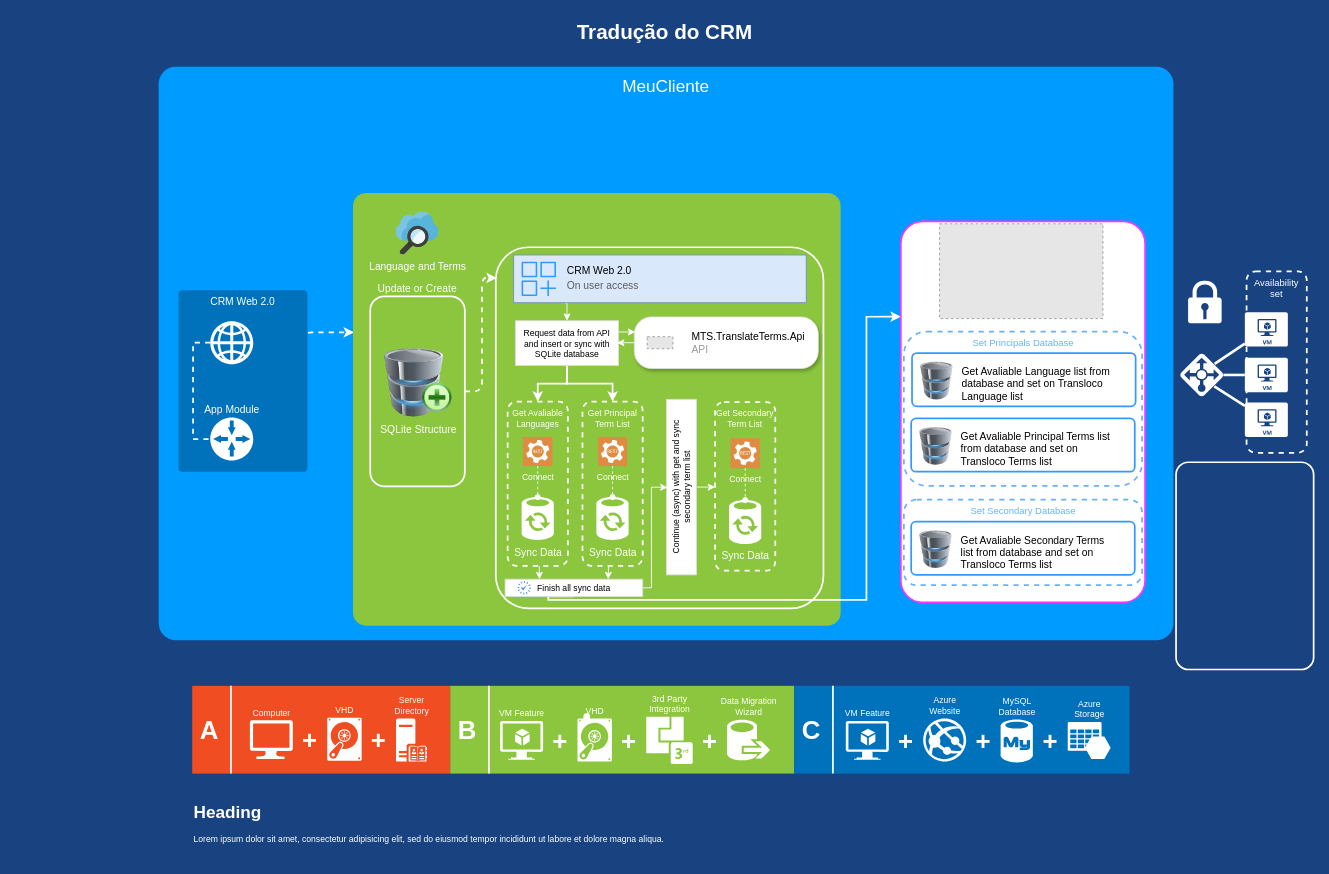
Above: Diagrama sem nome.drawio in vseeberger/Diagrams (draw.io), before the change. Source tidied: cells renumbered, new cells numbered last; positions are measured from the earlier drawing's top-left corner, leaving out a move shared by most shapes. Both pictures are drawn from the tidied source at 86%, with x=0, y=0 at pixel (15, 15). Pictures stored in the file or linked from it are replaced by grey dashed boxes.
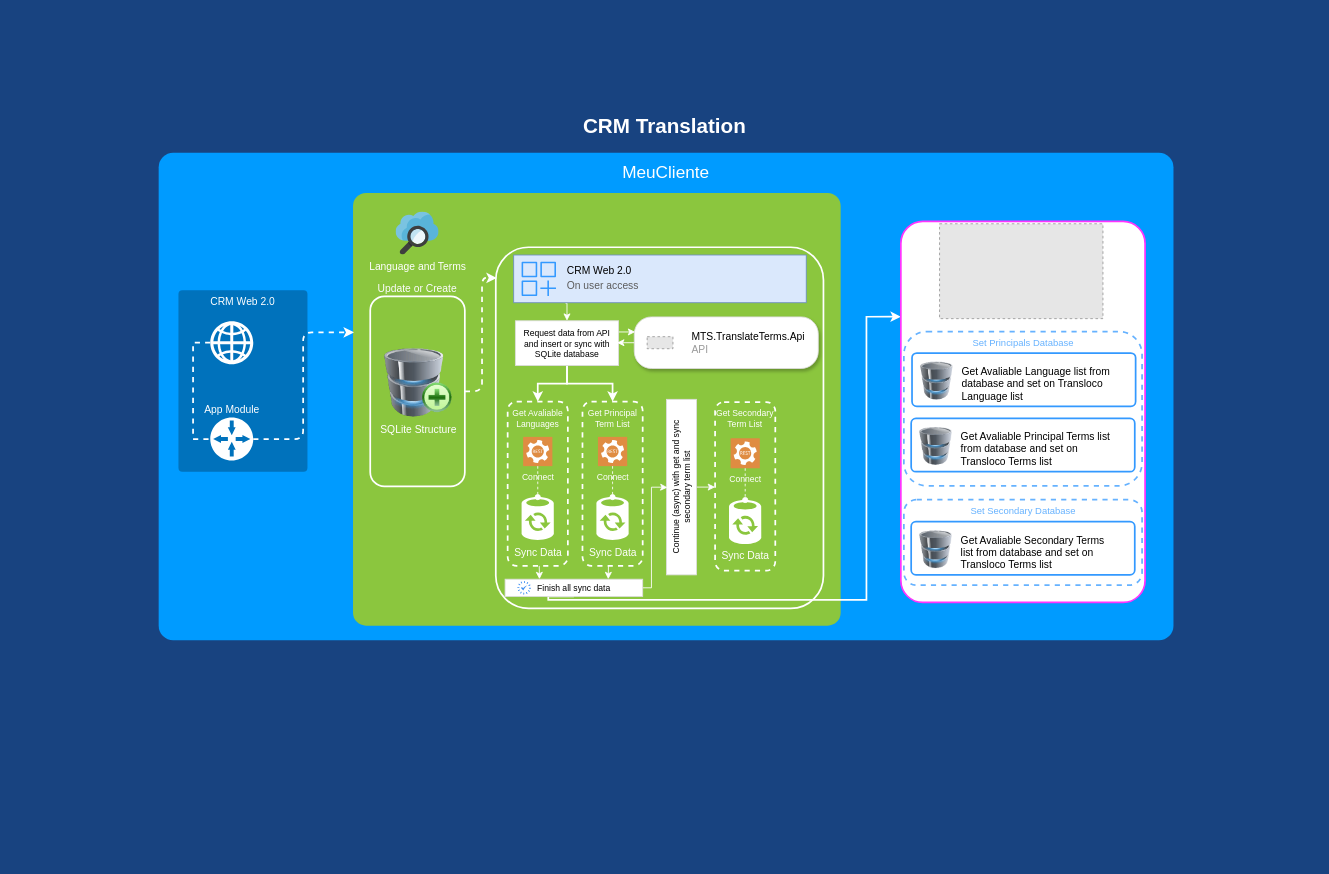
The same page after the edit.

The change refers to these unchanged cells:
```xml
<mxCell id="45" style="rounded=1;whiteSpace=wrap;html=1;shadow=0;strokeWidth=2;fillColor=#8BC63E;fontSize=12;fontColor=#000000;align=center;strokeColor=none;arcSize=3;" parent="1" vertex="1">
  <mxGeometry x="393" y="207" width="567" height="503" as="geometry" />
</mxCell>
<mxCell id="84" value="App Module" style="shadow=0;dashed=0;html=1;strokeColor=none;shape=mxgraph.mscae.enterprise.gateway;fillColor=#FFFFFF;rounded=0;fontSize=12;fontColor=#FFFFFF;align=center;labelPosition=center;verticalLabelPosition=top;verticalAlign=bottom;" parent="1" vertex="1">
  <mxGeometry x="227" y="468" width="50" height="50" as="geometry" />
</mxCell>
```

Change to the diagram source:
```diff
@@
     <mxCell id="2" value="MeuCliente" style="whiteSpace=wrap;html=1;rounded=1;shadow=0;strokeColor=none;strokeWidth=2;fillColor=#009BFF;fontSize=20;fontColor=#FFFFFF;align=center;arcSize=3;verticalAlign=top;spacingTop=4;" parent="1" vertex="1">
-      <mxGeometry x="167" y="60" width="1180" height="667" as="geometry" />
+      <mxGeometry x="167" y="160" width="1180" height="567" as="geometry" />
     </mxCell>
-    <mxCell id="3" style="rounded=0;whiteSpace=wrap;html=1;shadow=0;strokeWidth=2;fillColor=#F04D22;fontSize=12;fontColor=#FFFFFF;align=center;strokeColor=none;arcSize=6;verticalAlign=top;" parent="1" vertex="1">
-      <mxGeometry x="206" y="780" width="300" height="102" as="geometry" />
-    </mxCell>
-    <mxCell id="4" style="rounded=0;whiteSpace=wrap;html=1;shadow=0;strokeWidth=2;fillColor=#8BC63E;fontSize=12;fontColor=#FFFFFF;align=center;strokeColor=none;arcSize=6;verticalAlign=top;" parent="1" vertex="1">
-      <mxGeometry x="506" y="780" width="400" height="102" as="geometry" />
-    </mxCell>
-    <mxCell id="5" style="rounded=0;whiteSpace=wrap;html=1;shadow=0;strokeWidth=2;fillColor=#0072BC;fontSize=12;fontColor=#FFFFFF;align=center;strokeColor=none;arcSize=3;verticalAlign=top;" parent="1" vertex="1">
-      <mxGeometry x="906" y="780" width="390" height="102" as="geometry" />
-    </mxCell>
-    <mxCell id="6" value="A" style="text;html=1;strokeColor=none;fillColor=none;align=center;verticalAlign=middle;whiteSpace=wrap;rounded=1;shadow=0;fontSize=30;fontColor=#FFFFFF;fontStyle=1;" parent="1" vertex="1">
-      <mxGeometry x="206" y="813" width="40" height="35" as="geometry" />
-    </mxCell>
-    <mxCell id="7" value="B" style="text;html=1;strokeColor=none;fillColor=none;align=center;verticalAlign=middle;whiteSpace=wrap;rounded=1;shadow=0;fontSize=30;fontColor=#FFFFFF;fontStyle=1;" parent="1" vertex="1">
-      <mxGeometry x="506" y="813" width="40" height="35" as="geometry" />
-    </mxCell>
-    <mxCell id="8" value="C" style="text;html=1;strokeColor=none;fillColor=none;align=center;verticalAlign=middle;whiteSpace=wrap;rounded=1;shadow=0;fontSize=30;fontColor=#FFFFFF;fontStyle=1;" parent="1" vertex="1">
-      <mxGeometry x="906" y="813" width="40" height="35" as="geometry" />
-    </mxCell>
-    <mxCell id="9" value="Computer" style="verticalLabelPosition=top;html=1;verticalAlign=bottom;strokeColor=none;fillColor=#FFFFFF;shape=mxgraph.azure.computer;rounded=0;shadow=0;fontSize=10;fontColor=#FFFFFF;align=center;labelPosition=center;" parent="1" vertex="1">
-      <mxGeometry x="273" y="820" width="50" height="45" as="geometry" />
-    </mxCell>
-    <mxCell id="10" value="VHD" style="shadow=0;html=1;strokeColor=none;fillColor=#FFFFFF;labelPosition=center;verticalLabelPosition=top;verticalAlign=bottom;shape=mxgraph.azure.vhd;rounded=0;fontSize=10;fontColor=#FFFFFF;align=center;" parent="1" vertex="1">
-      <mxGeometry x="363" y="817" width="40" height="50" as="geometry" />
-    </mxCell>
-    <mxCell id="11" value="+" style="text;html=1;strokeColor=none;fillColor=none;align=center;verticalAlign=middle;whiteSpace=wrap;rounded=1;shadow=0;fontSize=30;fontColor=#FFFFFF;fontStyle=1;" parent="1" vertex="1">
-      <mxGeometry x="323" y="825" width="40" height="35" as="geometry" />
-    </mxCell>
-    <mxCell id="12" value="+" style="text;html=1;strokeColor=none;fillColor=none;align=center;verticalAlign=middle;whiteSpace=wrap;rounded=1;shadow=0;fontSize=30;fontColor=#FFFFFF;fontStyle=1;" parent="1" vertex="1">
-      <mxGeometry x="403" y="825" width="40" height="35" as="geometry" />
-    </mxCell>
-    <mxCell id="13" value="Server&lt;div&gt;Directory&lt;/div&gt;" style="shadow=0;html=1;strokeColor=none;shape=mxgraph.mscae.enterprise.server_directory;fillColor=#FFFFFF;rounded=0;fontSize=10;fontColor=#FFFFFF;align=center;verticalAlign=bottom;labelPosition=center;verticalLabelPosition=top;" parent="1" vertex="1">
-      <mxGeometry x="443" y="818" width="36" height="50" as="geometry" />
-    </mxCell>
-    <mxCell id="14" value="VM Feature" style="shadow=0;html=1;strokeColor=none;fillColor=#FFFFFF;labelPosition=center;verticalLabelPosition=top;verticalAlign=bottom;shape=mxgraph.azure.virtual_machine_feature;rounded=0;fontSize=10;fontColor=#FFFFFF;align=center;" parent="1" vertex="1">
-      <mxGeometry x="564" y="821" width="50" height="45" as="geometry" />
-    </mxCell>
-    <mxCell id="15" value="+" style="text;html=1;strokeColor=none;fillColor=none;align=center;verticalAlign=middle;whiteSpace=wrap;rounded=1;shadow=0;fontSize=30;fontColor=#FFFFFF;fontStyle=1;" parent="1" vertex="1">
-      <mxGeometry x="614" y="826" width="40" height="35" as="geometry" />
-    </mxCell>
-    <mxCell id="16" value="VHD" style="shadow=0;html=1;strokeColor=none;fillColor=#FFFFFF;labelPosition=center;verticalLabelPosition=top;verticalAlign=bottom;shape=mxgraph.azure.vhd;rounded=0;fontSize=10;fontColor=#FFFFFF;align=center;" parent="1" vertex="1">
-      <mxGeometry x="654" y="818" width="40" height="50" as="geometry" />
-    </mxCell>
-    <mxCell id="17" value="3rd Party&lt;div&gt;Integration&lt;/div&gt;" style="shadow=0;html=1;strokeColor=none;fillColor=#FFFFFF;labelPosition=center;verticalLabelPosition=top;verticalAlign=bottom;shape=mxgraph.office.communications.3rd_party_integration;rounded=0;fontSize=10;fontColor=#FFFFFF;align=center;" parent="1" vertex="1">
-      <mxGeometry x="734" y="816" width="54" height="55" as="geometry" />
-    </mxCell>
-    <mxCell id="18" value="+" style="text;html=1;strokeColor=none;fillColor=none;align=center;verticalAlign=middle;whiteSpace=wrap;rounded=1;shadow=0;fontSize=30;fontColor=#FFFFFF;fontStyle=1;" parent="1" vertex="1">
-      <mxGeometry x="694" y="826" width="40" height="35" as="geometry" />
-    </mxCell>
-    <mxCell id="19" value="+" style="text;html=1;strokeColor=none;fillColor=none;align=center;verticalAlign=middle;whiteSpace=wrap;rounded=1;shadow=0;fontSize=30;fontColor=#FFFFFF;fontStyle=1;" parent="1" vertex="1">
-      <mxGeometry x="788" y="826" width="40" height="35" as="geometry" />
-    </mxCell>
-    <mxCell id="20" value="Data Migration&lt;div&gt;Wizard&lt;/div&gt;" style="shadow=0;html=1;strokeColor=none;shape=mxgraph.mscae.intune.data_migration_wizard;fillColor=#FFFFFF;rounded=0;fontSize=10;fontColor=#FFFFFF;align=center;verticalAlign=bottom;labelPosition=center;verticalLabelPosition=top;" parent="1" vertex="1">
-      <mxGeometry x="828" y="819" width="50" height="48" as="geometry" />
-    </mxCell>
-    <mxCell id="21" value="VM Feature" style="shadow=0;html=1;strokeColor=none;fillColor=#FFFFFF;labelPosition=center;verticalLabelPosition=top;verticalAlign=bottom;shape=mxgraph.azure.virtual_machine_feature;rounded=0;fontSize=10;fontColor=#FFFFFF;align=center;" parent="1" vertex="1">
-      <mxGeometry x="966" y="821" width="50" height="45" as="geometry" />
-    </mxCell>
-    <mxCell id="22" style="line;strokeWidth=2;direction=south;html=1;rounded=0;shadow=0;fillColor=none;fontSize=30;fontColor=#FFFFFF;align=center;strokeColor=#FFFFFF;" parent="1" vertex="1">
-      <mxGeometry x="246" y="780" width="10" height="102" as="geometry" />
-    </mxCell>
-    <mxCell id="23" style="line;strokeWidth=2;direction=south;html=1;rounded=0;shadow=0;fillColor=none;fontSize=30;fontColor=#FFFFFF;align=center;strokeColor=#FFFFFF;" parent="1" vertex="1">
-      <mxGeometry x="546" y="780" width="10" height="102" as="geometry" />
-    </mxCell>
-    <mxCell id="24" style="line;strokeWidth=2;direction=south;html=1;rounded=0;shadow=0;fillColor=none;fontSize=30;fontColor=#FFFFFF;align=center;strokeColor=#FFFFFF;" parent="1" vertex="1">
-      <mxGeometry x="946" y="780" width="10" height="102" as="geometry" />
-    </mxCell>
-    <mxCell id="25" value="+" style="text;html=1;strokeColor=none;fillColor=none;align=center;verticalAlign=middle;whiteSpace=wrap;rounded=1;shadow=0;fontSize=30;fontColor=#FFFFFF;fontStyle=1;" parent="1" vertex="1">
-      <mxGeometry x="1016" y="826" width="40" height="35" as="geometry" />
-    </mxCell>
-    <mxCell id="26" value="Azure&lt;div&gt;Website&lt;/div&gt;" style="verticalLabelPosition=top;html=1;verticalAlign=bottom;strokeColor=none;fillColor=#FFFFFF;shape=mxgraph.azure.azure_website;rounded=0;shadow=0;fontSize=10;fontColor=#FFFFFF;align=center;labelPosition=center;" parent="1" vertex="1">
-      <mxGeometry x="1056" y="818" width="50" height="50" as="geometry" />
-    </mxCell>
-    <mxCell id="27" value="+" style="text;html=1;strokeColor=none;fillColor=none;align=center;verticalAlign=middle;whiteSpace=wrap;rounded=1;shadow=0;fontSize=30;fontColor=#FFFFFF;fontStyle=1;" parent="1" vertex="1">
-      <mxGeometry x="1106" y="826" width="40" height="35" as="geometry" />
-    </mxCell>
-    <mxCell id="28" value="MySQL&lt;div&gt;Database&lt;/div&gt;" style="verticalLabelPosition=top;html=1;verticalAlign=bottom;strokeColor=none;fillColor=#FFFFFF;shape=mxgraph.azure.mysql_database;rounded=0;shadow=0;fontSize=10;fontColor=#FFFFFF;align=center;labelPosition=center;" parent="1" vertex="1">
-      <mxGeometry x="1146" y="819" width="37.5" height="50" as="geometry" />
-    </mxCell>
-    <mxCell id="29" value="+" style="text;html=1;strokeColor=none;fillColor=none;align=center;verticalAlign=middle;whiteSpace=wrap;rounded=1;shadow=0;fontSize=30;fontColor=#FFFFFF;fontStyle=1;" parent="1" vertex="1">
-      <mxGeometry x="1184" y="826" width="40" height="35" as="geometry" />
-    </mxCell>
-    <mxCell id="30" value="Azure&lt;div&gt;Storage&lt;/div&gt;" style="shadow=0;html=1;strokeColor=none;labelPosition=center;verticalLabelPosition=top;verticalAlign=bottom;shape=mxgraph.mscae.cloud.azure_storage;fillColor=#FFFFFF;rounded=0;fontSize=10;fontColor=#FFFFFF;align=center;" parent="1" vertex="1">
-      <mxGeometry x="1224" y="822" width="50" height="43" as="geometry" />
-    </mxCell>
-    <mxCell id="31" value="Tradução do CRM" style="text;strokeColor=none;fillColor=none;html=1;fontSize=24;fontStyle=1;verticalAlign=middle;align=center;rounded=0;shadow=0;fontColor=#FFFFFF;" parent="1" vertex="1">
-      <mxGeometry width="1510" height="40" as="geometry" />
+    <mxCell id="31" value="CRM Translation" style="text;strokeColor=none;fillColor=none;html=1;fontSize=24;fontStyle=1;verticalAlign=middle;align=center;rounded=0;shadow=0;fontColor=#FFFFFF;" parent="1" vertex="1">
+      <mxGeometry y="110" width="1510" height="40" as="geometry" />
     </mxCell>
-    <mxCell id="32" value="&lt;h1&gt;Heading&lt;/h1&gt;&lt;p&gt;Lorem ipsum dolor sit amet, consectetur adipisicing elit, sed do eiusmod tempor incididunt ut labore et dolore magna aliqua.&lt;/p&gt;" style="text;html=1;strokeColor=none;fillColor=none;spacing=5;spacingTop=-20;whiteSpace=wrap;overflow=hidden;rounded=0;shadow=0;fontSize=10;fontColor=#FFFFFF;align=left;" parent="1" vertex="1">
-      <mxGeometry x="203" y="912" width="1041" height="70" as="geometry" />
-    </mxCell>
-    <mxCell id="33" style="edgeStyle=orthogonalEdgeStyle;rounded=1;jettySize=auto;html=1;exitX=1;exitY=0.5;exitDx=0;exitDy=0;exitPerimeter=0;strokeColor=#FFFFFF;strokeWidth=2;dashed=1;entryX=0.002;entryY=0.322;entryDx=0;entryDy=0;entryPerimeter=0;curved=0;flowAnimation=1;" parent="1" edge="1" source="84" target="45">
-      <mxGeometry relative="1" as="geometry" />
-    </mxCell>
-    <mxCell id="34" style="shape=waypoint;sketch=0;size=6;fillColor=none;perimeter=centerPerimeter;fontSize=11;verticalAlign=top;strokeColor=#FFFFFF;fontColor=#FFFFFF;rounded=1;shadow=0;strokeWidth=2;dashed=1;" parent="1" vertex="1">
-      <mxGeometry x="654.8" y="806" width="20" height="20" as="geometry" />
-    </mxCell>
-    <mxCell id="35" style="shadow=0;dashed=0;html=1;strokeColor=none;shape=mxgraph.mscae.enterprise.lock;fillColor=#FFFFFF;rounded=0;fontSize=12;fontColor=#000000;align=center;" parent="1" vertex="1">
-      <mxGeometry x="1364" y="308.5" width="39" height="50" as="geometry" />
-    </mxCell>
-    <mxCell id="36" style="shadow=0;dashed=0;html=1;strokeColor=none;labelPosition=center;verticalLabelPosition=bottom;verticalAlign=top;shape=mxgraph.mscae.cloud.azure_load_balancer_feature;fillColor=#FFFFFF;rounded=1;fontSize=12;fontColor=#000000;align=center;" parent="1" vertex="1">
-      <mxGeometry x="1355" y="393.5" width="50" height="50" as="geometry" />
-    </mxCell>
-    <mxCell id="37" style="verticalLabelPosition=bottom;html=1;verticalAlign=top;strokeColor=none;fillColor=#FFFFFF;shape=mxgraph.azure.virtual_machine;rounded=1;shadow=0;fontSize=12;fontColor=#000000;align=center;" parent="1" vertex="1">
-      <mxGeometry x="1430" y="345.5" width="50" height="40" as="geometry" />
-    </mxCell>
-    <mxCell id="38" style="html=1;startArrow=none;startFill=0;startSize=10;endArrow=none;endFill=0;endSize=10;strokeWidth=3;fontSize=11;fontColor=#FFFFFF;strokeColor=#FFFFFF;rounded=0;exitX=0.796;exitY=0.241;exitPerimeter=0;" parent="1" edge="1" source="36" target="37">
-      <mxGeometry relative="1" as="geometry" />
-    </mxCell>
-    <mxCell id="39" style="verticalLabelPosition=bottom;html=1;verticalAlign=top;strokeColor=none;fillColor=#FFFFFF;shape=mxgraph.azure.virtual_machine;rounded=1;shadow=0;fontSize=12;fontColor=#000000;align=center;" parent="1" vertex="1">
-      <mxGeometry x="1430" y="398.5" width="50" height="40" as="geometry" />
-    </mxCell>
-    <mxCell id="40" style="edgeStyle=orthogonalEdgeStyle;html=1;startArrow=none;startFill=0;startSize=10;endArrow=none;endFill=0;endSize=10;strokeWidth=3;fontSize=11;fontColor=#FFFFFF;strokeColor=#FFFFFF;rounded=0;" parent="1" edge="1" source="36" target="39">
-      <mxGeometry relative="1" as="geometry" />
-    </mxCell>
-    <mxCell id="41" style="verticalLabelPosition=bottom;html=1;verticalAlign=top;strokeColor=none;fillColor=#FFFFFF;shape=mxgraph.azure.virtual_machine;rounded=1;shadow=0;fontSize=12;fontColor=#000000;align=center;" parent="1" vertex="1">
-      <mxGeometry x="1430" y="450.5" width="50" height="40" as="geometry" />
-    </mxCell>
-    <mxCell id="42" style="html=1;startArrow=none;startFill=0;startSize=10;endArrow=none;endFill=0;endSize=10;strokeWidth=3;fontSize=11;fontColor=#FFFFFF;strokeColor=#FFFFFF;rounded=0;exitX=0.789;exitY=0.767;exitPerimeter=0;" parent="1" edge="1" source="36" target="41">
-      <mxGeometry relative="1" as="geometry" />
-    </mxCell>
-    <mxCell id="43" style="rounded=1;whiteSpace=wrap;html=1;shadow=0;strokeWidth=2;fillColor=none;fontSize=12;fontColor=#000000;align=center;strokeColor=#FFFFFF;arcSize=9;" parent="1" vertex="1">
-      <mxGeometry x="1350" y="520" width="160" height="241" as="geometry" />
-    </mxCell>
-    <mxCell id="44" value="&lt;span&gt;Availability set&lt;/span&gt;" style="rounded=1;whiteSpace=wrap;html=1;shadow=0;strokeWidth=2;fillColor=none;fontSize=11;fontColor=#FFFFFF;align=center;strokeColor=#FFFFFF;dashed=1;verticalAlign=top;" parent="1" vertex="1">
-      <mxGeometry x="1432" y="298" width="70" height="211" as="geometry" />
-    </mxCell>
@@
+    <mxCell id="33" style="edgeStyle=orthogonalEdgeStyle;rounded=1;jettySize=auto;html=1;exitX=1;exitY=0.5;exitDx=0;exitDy=0;exitPerimeter=0;strokeColor=#FFFFFF;strokeWidth=2;dashed=1;entryX=0.002;entryY=0.322;entryDx=0;entryDy=0;entryPerimeter=0;curved=0;flowAnimation=1;" parent="1" edge="1" source="84" target="45">
+      <mxGeometry relative="1" as="geometry" />
+    </mxCell>
```
